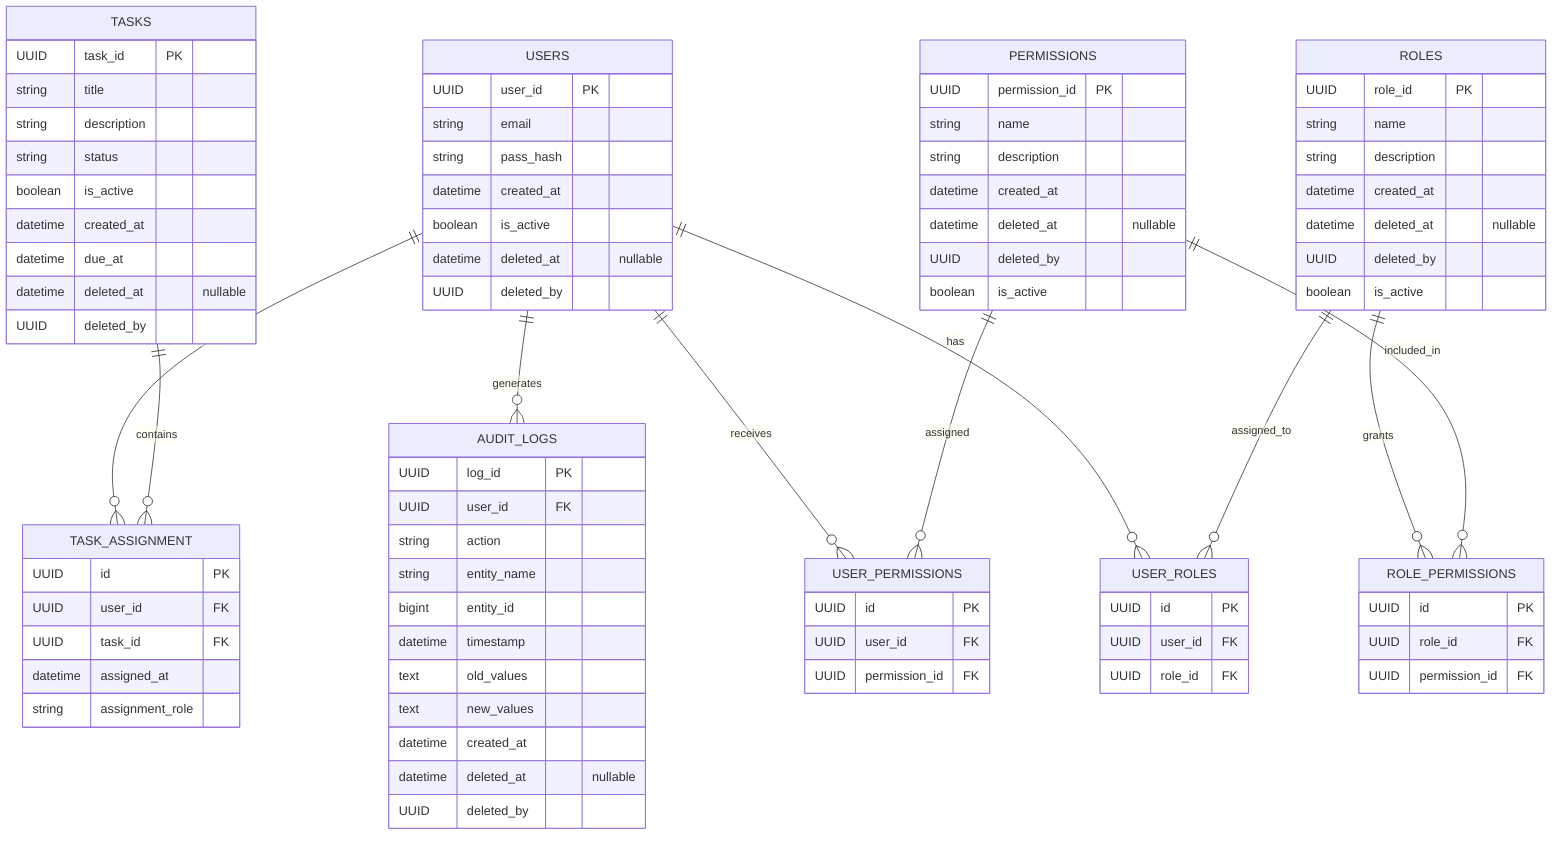
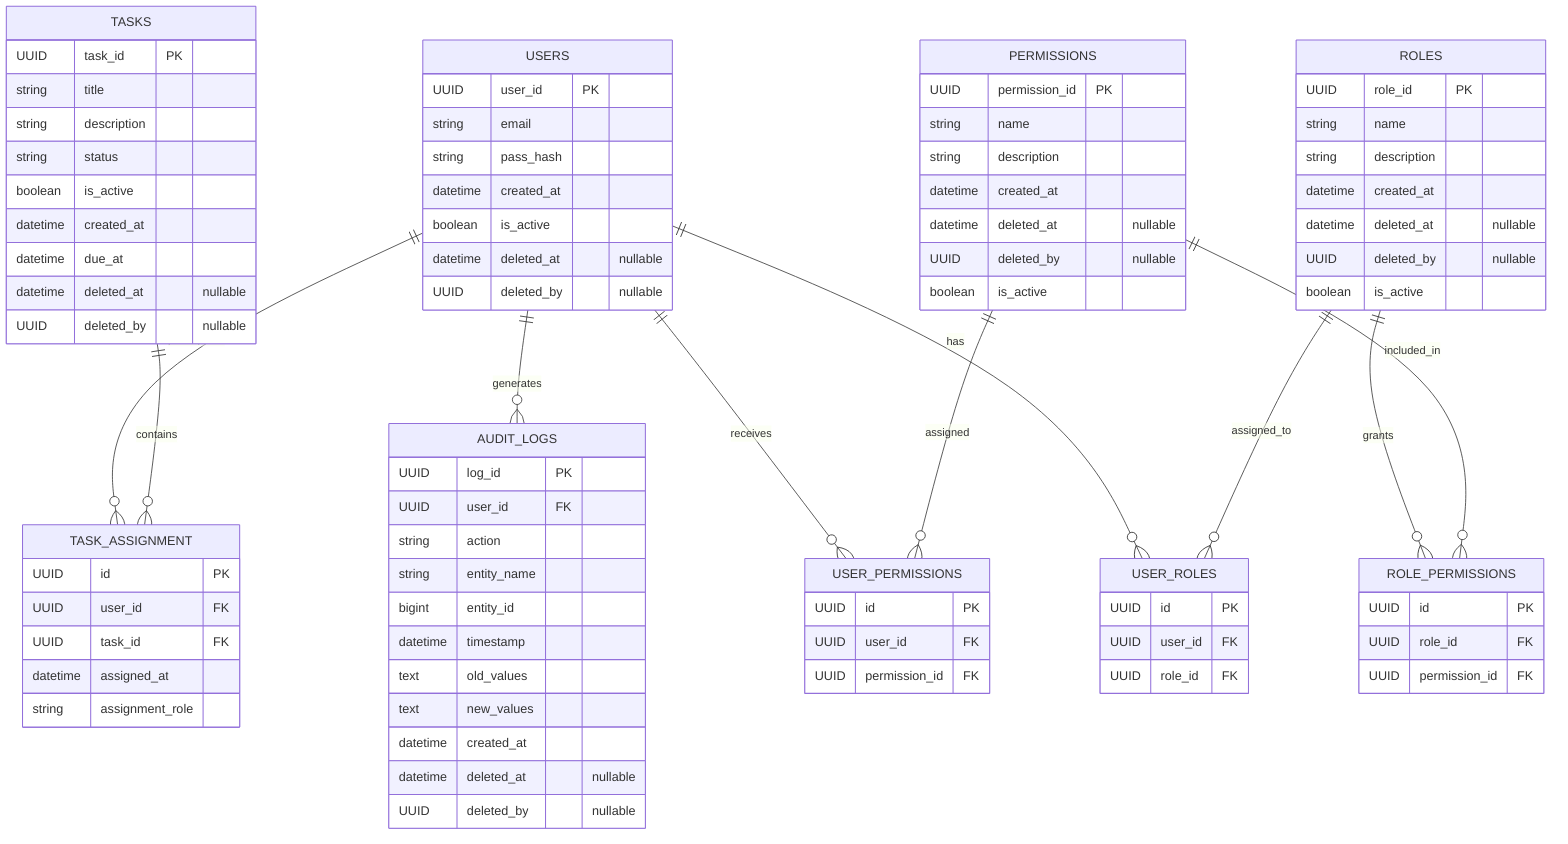
erDiagram

    USERS {
        UUID user_id PK
        string email
        string pass_hash
        datetime created_at
        boolean is_active
        datetime deleted_at "nullable"
-         UUID deleted_by
+         UUID deleted_by "nullable"
    }

    TASKS {
        UUID task_id PK
        string title
        string description
        string status
        boolean is_active
        datetime created_at
        datetime due_at
        datetime deleted_at "nullable"
-         UUID deleted_by
+         UUID deleted_by "nullable"
    }

    ROLES {
        UUID role_id PK
        string name
        string description
        datetime created_at
        datetime deleted_at "nullable"
-         UUID deleted_by
+         UUID deleted_by "nullable"
        boolean is_active
    }

    PERMISSIONS {
        UUID permission_id PK
        string name
        string description
        datetime created_at
        datetime deleted_at "nullable"
-         UUID deleted_by
+         UUID deleted_by "nullable"
        boolean is_active
    }

    AUDIT_LOGS {
        UUID log_id PK
        UUID user_id FK
        string action
        string entity_name
        bigint entity_id
        datetime timestamp
        text old_values
        text new_values
        datetime created_at
        datetime deleted_at "nullable"
-         UUID deleted_by
+         UUID deleted_by "nullable"
    }

    USER_ROLES {
        UUID id PK
        UUID user_id FK
        UUID role_id FK
    }

    ROLE_PERMISSIONS {
        UUID id PK
        UUID role_id FK
        UUID permission_id FK
    }

    USER_PERMISSIONS {
        UUID id PK
        UUID user_id FK
        UUID permission_id FK
    }

    TASK_ASSIGNMENT {
        UUID id PK
        UUID user_id FK
        UUID task_id FK
        datetime assigned_at
        string assignment_role
    }

    USERS ||--o{ USER_ROLES : has
    ROLES ||--o{ USER_ROLES : assigned_to

    ROLES ||--o{ ROLE_PERMISSIONS : grants
    PERMISSIONS ||--o{ ROLE_PERMISSIONS : included_in

    USERS ||--o{ USER_PERMISSIONS : receives
    PERMISSIONS ||--o{ USER_PERMISSIONS : assigned

    USERS ||--o{ TASK_ASSIGNMENT : participates
    TASKS ||--o{ TASK_ASSIGNMENT : contains

    USERS ||--o{ AUDIT_LOGS : generates